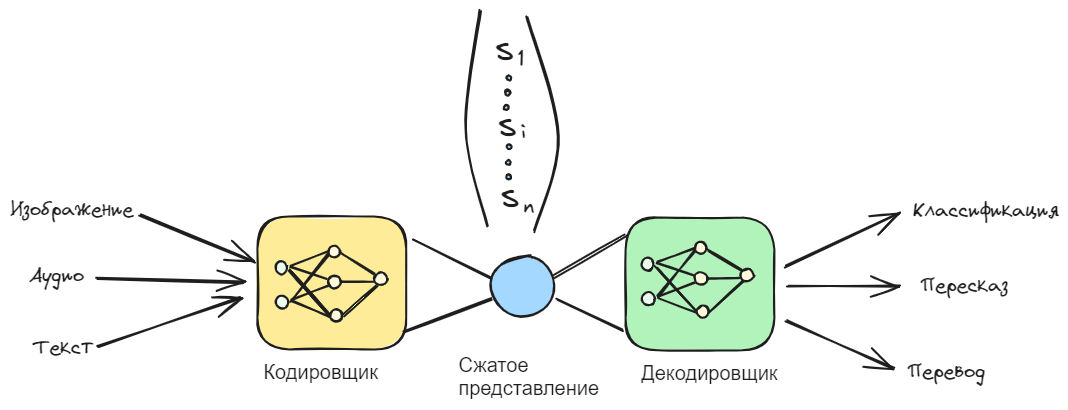
NMashalov/EducationGenerativeModelApplication keeps this Excalidraw diagram as diplom/assets/ml/nn/encoder_decoder.excalidraw.png. Above is the earlier version. Source tidied: one line per element, renumbered; positions are measured from the earlier drawing's top-left corner, leaving out a move shared by most shapes.
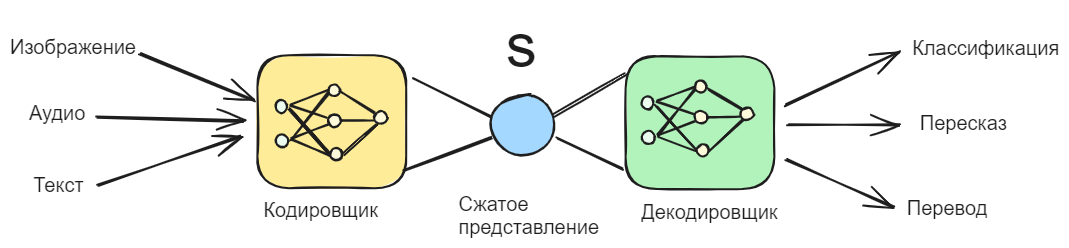
Above is the later version.

What changed in the source:
```diff
@@ -8,21 +8,7 @@
 {"id": 7, "type": "text", "text": "Сжатое\nпредставление", "strokeColor": "#1e1e1e", "backgroundColor": "#a5d8ff", "fillStyle": "solid", "strokeWidth": 2, "roughness": 1, "fontSize": 20, "fontFamily": 2, "x": 448, "y": 343, "width": 141, "height": 46}
 {"id": 8, "type": "text", "text": "Кодировщик", "strokeColor": "#1e1e1e", "backgroundColor": "#a5d8ff", "fillStyle": "solid", "strokeWidth": 2, "roughness": 1, "fontSize": 20, "fontFamily": 2, "x": 253, "y": 349, "width": 114, "height": 23}
 {"id": 9, "type": "text", "text": "Декодировщик", "strokeColor": "#1e1e1e", "backgroundColor": "#a5d8ff", "fillStyle": "solid", "strokeWidth": 2, "roughness": 1, "fontSize": 20, "fontFamily": 2, "x": 631, "y": 350, "width": 136, "height": 23}
-{"id": 10, "type": "line", "strokeColor": "#1e1e1e", "backgroundColor": "#a5d8ff", "fillStyle": "solid", "strokeWidth": 2, "roughness": 1, "round": true, "x": 471, "y": 0, "width": 22, "height": 215, "points": [[0, 0], [-16, 118], [6, 215]]}
-{"id": 11, "type": "line", "strokeColor": "#1e1e1e", "backgroundColor": "#a5d8ff", "fillStyle": "solid", "strokeWidth": 2, "roughness": 1, "round": true, "x": 517, "y": 5, "width": 32, "height": 215, "points": [[0, 0], [32, 120], [6, 215]]}
-{"id": 12, "type": "text", "text": "s", "strokeColor": "#1e1e1e", "backgroundColor": "#a5d8ff", "fillStyle": "solid", "strokeWidth": 2, "roughness": 1, "fontSize": 33.26, "fontFamily": 1, "x": 485, "y": 17, "width": 18, "height": 42}
+{"id": 12, "type": "text", "text": "s", "strokeColor": "#1e1e1e", "backgroundColor": "#a5d8ff", "fillStyle": "solid", "strokeWidth": 2, "roughness": 1, "fontSize": 62.11, "fontFamily": 2, "x": 496, "y": 160, "width": 31, "height": 71}
-{"id": 13, "type": "text", "text": "s", "strokeColor": "#1e1e1e", "backgroundColor": "#a5d8ff", "fillStyle": "solid", "strokeWidth": 2, "roughness": 1, "fontSize": 33.26, "fontFamily": 1, "x": 488, "y": 94, "width": 18, "height": 42}
-{"id": 14, "type": "text", "text": "s", "strokeColor": "#1e1e1e", "backgroundColor": "#a5d8ff", "fillStyle": "solid", "strokeWidth": 2, "roughness": 1, "fontSize": 33.26, "fontFamily": 1, "x": 491, "y": 165, "width": 18, "height": 42}
-{"id": 15, "type": "text", "text": "n", "strokeColor": "#1e1e1e", "backgroundColor": "#a5d8ff", "fillStyle": "solid", "strokeWidth": 2, "roughness": 1, "fontSize": 23.02, "fontFamily": 1, "x": 514, "y": 182, "width": 11, "height": 29}
-{"id": 16, "type": "text", "text": "1", "strokeColor": "#1e1e1e", "backgroundColor": "#a5d8ff", "fillStyle": "solid", "strokeWidth": 2, "roughness": 1, "fontSize": 23.02, "fontFamily": 1, "x": 508, "y": 34, "width": 6, "height": 29}
-{"id": 17, "type": "ellipse", "strokeColor": "#1e1e1e", "backgroundColor": "#a5d8ff", "fillStyle": "solid", "strokeWidth": 2, "roughness": 1, "round": true, "x": 497, "y": 64, "width": 5, "height": 5}
-{"id": 18, "type": "ellipse", "strokeColor": "#1e1e1e", "backgroundColor": "#a5d8ff", "fillStyle": "solid", "strokeWidth": 2, "roughness": 1, "round": true, "x": 495, "y": 78, "width": 5, "height": 5}
-{"id": 19, "type": "ellipse", "strokeColor": "#1e1e1e", "backgroundColor": "#a5d8ff", "fillStyle": "solid", "strokeWidth": 2, "roughness": 1, "round": true, "x": 495, "y": 79, "width": 5, "height": 5}
-{"id": 20, "type": "ellipse", "strokeColor": "#1e1e1e", "backgroundColor": "#a5d8ff", "fillStyle": "solid", "strokeWidth": 2, "roughness": 1, "round": true, "x": 494, "y": 94, "width": 5, "height": 5}
-{"id": 21, "type": "ellipse", "strokeColor": "#1e1e1e", "backgroundColor": "#a5d8ff", "fillStyle": "solid", "strokeWidth": 2, "roughness": 1, "round": true, "x": 497, "y": 133, "width": 5, "height": 5}
-{"id": 22, "type": "ellipse", "strokeColor": "#1e1e1e", "backgroundColor": "#a5d8ff", "fillStyle": "solid", "strokeWidth": 2, "roughness": 1, "round": true, "x": 496, "y": 148, "width": 5, "height": 5}
-{"id": 23, "type": "ellipse", "strokeColor": "#1e1e1e", "backgroundColor": "#a5d8ff", "fillStyle": "solid", "strokeWidth": 2, "roughness": 1, "round": true, "x": 496, "y": 163, "width": 5, "height": 5}
-{"id": 24, "type": "text", "text": "i", "strokeColor": "#1e1e1e", "backgroundColor": "#a5d8ff", "fillStyle": "solid", "strokeWidth": 2, "roughness": 1, "fontSize": 23.02, "fontFamily": 1, "x": 511, "y": 107, "width": 5, "height": 29}
 {"id": 25, "type": "ellipse", "strokeColor": "#1e1e1e", "angle": 1.57, "backgroundColor": "#ebfbee", "fillStyle": "solid", "strokeWidth": 2, "roughness": 1, "round": true, "x": 265, "y": 250, "width": 13, "height": 12}
 {"id": 26, "type": "ellipse", "strokeColor": "#1e1e1e", "angle": 1.57, "backgroundColor": "#ebfbee", "fillStyle": "solid", "strokeWidth": 2, "roughness": 1, "round": true, "x": 266, "y": 284, "width": 13, "height": 13}
 {"id": 27, "type": "line", "strokeColor": "#1e1e1e", "angle": 1.57, "backgroundColor": "#ebfbee", "fillStyle": "solid", "strokeWidth": 2, "roughness": 1, "round": true, "x": 323, "y": 285, "width": 46, "height": 38, "points": [[0, 0], [-46, -38]]}
@@ -56,12 +42,12 @@
 {"id": 55, "type": "arrow", "strokeColor": "#1e1e1e", "backgroundColor": "#a5d8ff", "fillStyle": "solid", "strokeWidth": 2, "roughness": 1, "endArrowhead": "arrow", "round": true, "from": 6, "x": 775, "y": 255, "width": 114, "height": 53, "points": [[0, 0], [114, -53]]}
 {"id": 56, "type": "arrow", "strokeColor": "#1e1e1e", "backgroundColor": "#a5d8ff", "fillStyle": "solid", "strokeWidth": 2, "roughness": 1, "endArrowhead": "arrow", "round": true, "from": 6, "x": 778, "y": 275, "width": 112, "height": 0, "points": [[0, 0], [112, 0]]}
 {"id": 57, "type": "arrow", "strokeColor": "#1e1e1e", "backgroundColor": "#a5d8ff", "fillStyle": "solid", "strokeWidth": 2, "roughness": 1, "endArrowhead": "arrow", "round": true, "from": 6, "to": 60, "x": 776, "y": 310, "width": 108, "height": 46, "points": [[0, 0], [108, 46]]}
-{"id": 58, "type": "text", "text": "Классификация", "strokeColor": "#1e1e1e", "backgroundColor": "#a5d8ff", "fillStyle": "solid", "strokeWidth": 2, "roughness": 1, "fontSize": 20, "fontFamily": 1, "x": 902, "y": 186, "width": 147, "height": 25}
+{"id": 58, "type": "text", "text": "Классификация", "strokeColor": "#1e1e1e", "backgroundColor": "#a5d8ff", "fillStyle": "solid", "strokeWidth": 2, "roughness": 1, "fontSize": 20, "fontFamily": 2, "x": 902, "y": 186, "width": 147, "height": 23}
-{"id": 59, "type": "text", "text": "Пересказ", "strokeColor": "#1e1e1e", "backgroundColor": "#a5d8ff", "fillStyle": "solid", "strokeWidth": 2, "roughness": 1, "fontSize": 20, "fontFamily": 1, "x": 910, "y": 261, "width": 88, "height": 25}
+{"id": 59, "type": "text", "text": "Пересказ", "strokeColor": "#1e1e1e", "backgroundColor": "#a5d8ff", "fillStyle": "solid", "strokeWidth": 2, "roughness": 1, "fontSize": 20, "fontFamily": 2, "x": 910, "y": 261, "width": 87, "height": 23}
-{"id": 60, "type": "text", "text": "Перевод", "strokeColor": "#1e1e1e", "backgroundColor": "#a5d8ff", "fillStyle": "solid", "strokeWidth": 2, "roughness": 1, "fontSize": 20, "fontFamily": 1, "x": 897, "y": 347, "width": 78, "height": 25}
+{"id": 60, "type": "text", "text": "Перевод", "strokeColor": "#1e1e1e", "backgroundColor": "#a5d8ff", "fillStyle": "solid", "strokeWidth": 2, "roughness": 1, "fontSize": 20, "fontFamily": 2, "x": 897, "y": 347, "width": 80, "height": 23}
 {"id": 61, "type": "arrow", "strokeColor": "#1e1e1e", "backgroundColor": "#a5d8ff", "fillStyle": "solid", "strokeWidth": 2, "roughness": 1, "endArrowhead": "arrow", "round": true, "from": 62, "to": 0, "x": 130, "y": 204, "width": 115, "height": 46, "points": [[0, 0], [115, 46]]}
-{"id": 62, "type": "text", "text": "Изображение", "strokeColor": "#1e1e1e", "backgroundColor": "#a5d8ff", "fillStyle": "solid", "strokeWidth": 2, "roughness": 1, "fontSize": 20, "fontFamily": 1, "x": 0, "y": 185, "width": 123, "height": 25}
+{"id": 62, "type": "text", "text": "Изображение", "strokeColor": "#1e1e1e", "backgroundColor": "#a5d8ff", "fillStyle": "solid", "strokeWidth": 2, "roughness": 1, "fontSize": 20, "fontFamily": 2, "x": 0, "y": 185, "width": 126, "height": 23}
-{"id": 63, "type": "text", "text": "Текст", "strokeColor": "#1e1e1e", "backgroundColor": "#a5d8ff", "fillStyle": "solid", "strokeWidth": 2, "roughness": 1, "fontSize": 20, "fontFamily": 1, "x": 23, "y": 324, "width": 60, "height": 25}
+{"id": 63, "type": "text", "text": "Текст", "strokeColor": "#1e1e1e", "backgroundColor": "#a5d8ff", "fillStyle": "solid", "strokeWidth": 2, "roughness": 1, "fontSize": 20, "fontFamily": 2, "x": 23, "y": 324, "width": 50, "height": 23}
 {"id": 64, "type": "arrow", "strokeColor": "#1e1e1e", "backgroundColor": "#a5d8ff", "fillStyle": "solid", "strokeWidth": 2, "roughness": 1, "endArrowhead": "arrow", "round": true, "from": 63, "to": 0, "x": 88, "y": 336, "width": 142, "height": 50, "points": [[0, 0], [142, -50]]}
-{"id": 65, "type": "text", "text": "Аудио", "strokeColor": "#1e1e1e", "backgroundColor": "#a5d8ff", "fillStyle": "solid", "strokeWidth": 2, "roughness": 1, "fontSize": 20, "fontFamily": 1, "x": 19, "y": 251, "width": 55, "height": 25}
+{"id": 65, "type": "text", "text": "Аудио", "strokeColor": "#1e1e1e", "backgroundColor": "#a5d8ff", "fillStyle": "solid", "strokeWidth": 2, "roughness": 1, "fontSize": 20, "fontFamily": 2, "x": 19, "y": 251, "width": 56, "height": 23}
 {"id": 66, "type": "arrow", "strokeColor": "#1e1e1e", "backgroundColor": "#a5d8ff", "fillStyle": "solid", "strokeWidth": 2, "roughness": 1, "endArrowhead": "arrow", "round": true, "from": 65, "to": 0, "x": 87, "y": 268, "width": 146, "height": 3, "points": [[0, 0], [146, 3]]}
```
